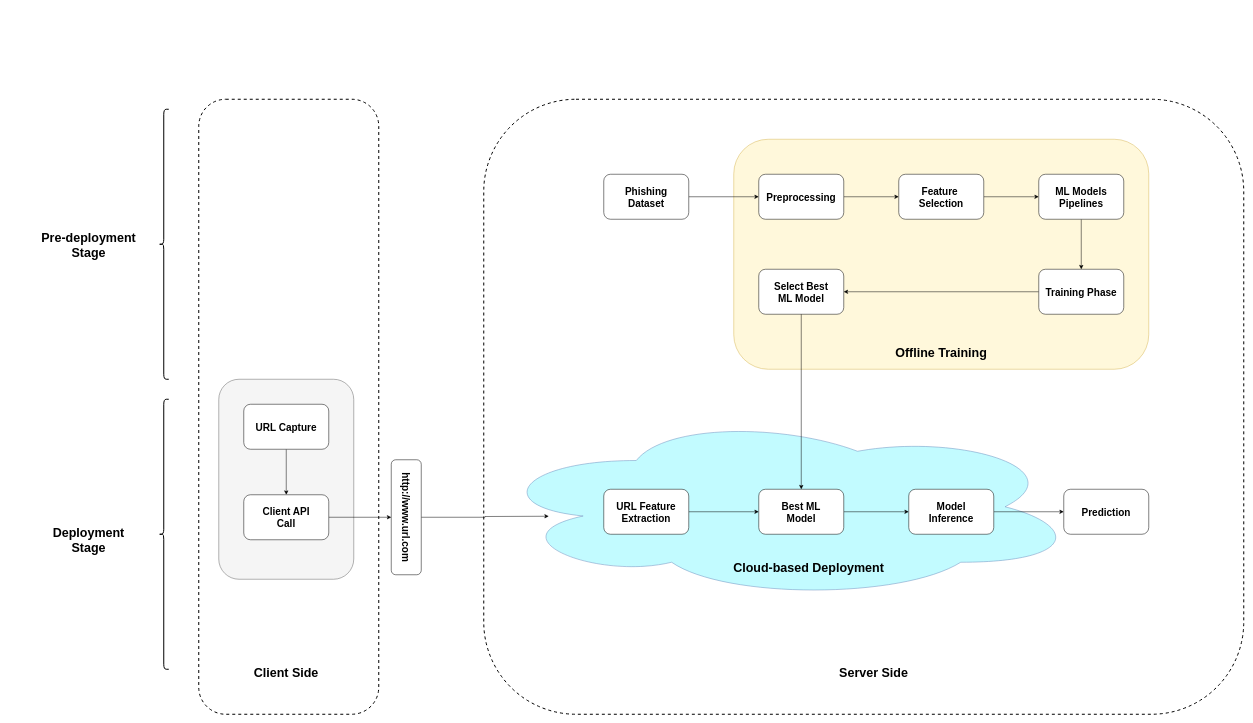
The draw.io diagram phish.drawio in paridhi3/Phishing-Domain-Detection, before the edit. Source tidied: cells renumbered, new cells numbered last; positions are measured from the earlier drawing's top-left corner, leaving out a move shared by most shapes. Both pictures are drawn from the tidied source at 50%, with x=0, y=0 at pixel (8, 99).
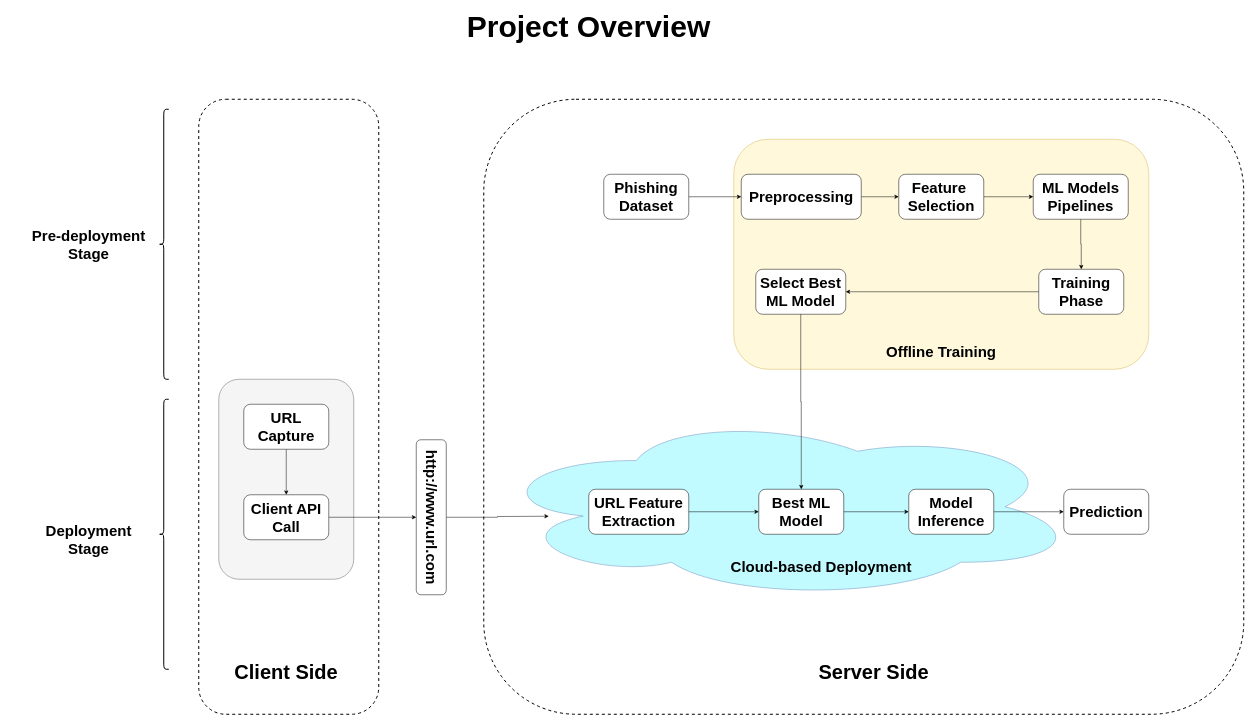
Above is the later version.

Change to the diagram source:
```diff
@@
-    <mxCell id="2" style="rounded=1;whiteSpace=wrap;html=1;fillColor=#f5f5f5;fontColor=#333333;strokeColor=#666666;" parent="1" vertex="1">
+    <mxCell id="2" style="rounded=1;whiteSpace=wrap;html=1;fillColor=#f5f5f5;fontColor=#333333;strokeColor=#666666;fontSize=30;" parent="1" vertex="1">
       <mxGeometry x="420" y="560" width="270" height="400" as="geometry" />
     </mxCell>
-    <mxCell id="3" style="rounded=1;whiteSpace=wrap;html=1;fillColor=none;strokeWidth=2;dashed=1;" parent="1" vertex="1">
+    <mxCell id="3" style="rounded=1;whiteSpace=wrap;html=1;fillColor=none;strokeWidth=2;dashed=1;fontSize=30;" parent="1" vertex="1">
       <mxGeometry x="380" width="360" height="1230" as="geometry" />
     </mxCell>
-    <mxCell id="4" style="rounded=1;whiteSpace=wrap;html=1;fillColor=none;dashed=1;strokeWidth=2;" parent="1" vertex="1">
+    <mxCell id="4" style="rounded=1;whiteSpace=wrap;html=1;fillColor=none;dashed=1;strokeWidth=2;fontSize=30;" parent="1" vertex="1">
       <mxGeometry x="950" width="1520" height="1230" as="geometry" />
     </mxCell>
-    <mxCell id="5" style="rounded=1;whiteSpace=wrap;html=1;fillColor=#FFF8DB;strokeColor=#d6b656;" parent="1" vertex="1">
+    <mxCell id="5" style="rounded=1;whiteSpace=wrap;html=1;fillColor=#FFF8DB;strokeColor=#d6b656;fontSize=30;" parent="1" vertex="1">
       <mxGeometry x="1450" y="80" width="830" height="460" as="geometry" />
     </mxCell>
-    <mxCell id="6" style="edgeStyle=orthogonalEdgeStyle;rounded=0;jettySize=auto;html=1;entryX=0;entryY=0.5;entryDx=0;entryDy=0;" parent="1" edge="1" source="7" target="9">
+    <mxCell id="6" style="edgeStyle=orthogonalEdgeStyle;rounded=0;jettySize=auto;html=1;entryX=0;entryY=0.5;entryDx=0;entryDy=0;fontSize=30;" parent="1" edge="1" source="7" target="9">
       <mxGeometry relative="1" as="geometry" />
     </mxCell>
-    <mxCell id="7" value="&lt;font size=&quot;1&quot; style=&quot;&quot;&gt;&lt;b style=&quot;font-size: 20px;&quot;&gt;Phishing&lt;/b&gt;&lt;/font&gt;&lt;div&gt;&lt;font size=&quot;1&quot; style=&quot;&quot;&gt;&lt;b style=&quot;font-size: 20px;&quot;&gt;Dataset&lt;/b&gt;&lt;/font&gt;&lt;/div&gt;" style="rounded=1;whiteSpace=wrap;html=1;fillColor=default;" parent="1" vertex="1">
+    <mxCell id="7" value="&lt;font style=&quot;font-size: 30px;&quot;&gt;&lt;b style=&quot;font-size: 30px;&quot;&gt;Phishing&lt;/b&gt;&lt;/font&gt;&lt;div style=&quot;font-size: 30px;&quot;&gt;&lt;font style=&quot;font-size: 30px;&quot;&gt;&lt;b style=&quot;font-size: 30px;&quot;&gt;Dataset&lt;/b&gt;&lt;/font&gt;&lt;/div&gt;" style="rounded=1;whiteSpace=wrap;html=1;fillColor=default;fontSize=30;" parent="1" vertex="1">
       <mxGeometry x="1190" y="150" width="170" height="90" as="geometry" />
     </mxCell>
-    <mxCell id="8" style="edgeStyle=orthogonalEdgeStyle;rounded=0;jettySize=auto;html=1;" parent="1" edge="1" source="9" target="11">
+    <mxCell id="8" style="edgeStyle=orthogonalEdgeStyle;rounded=0;jettySize=auto;html=1;fontSize=30;" parent="1" edge="1" source="9" target="11">
       <mxGeometry relative="1" as="geometry" />
     </mxCell>
-    <mxCell id="9" value="&lt;span style=&quot;font-size: 20px;&quot;&gt;&lt;b&gt;Preprocessing&lt;/b&gt;&lt;/span&gt;" style="rounded=1;whiteSpace=wrap;html=1;" parent="1" vertex="1">
-      <mxGeometry x="1500" y="150" width="170" height="90" as="geometry" />
+    <mxCell id="9" value="&lt;span style=&quot;font-size: 30px;&quot;&gt;&lt;b style=&quot;font-size: 30px;&quot;&gt;Preprocessing&lt;/b&gt;&lt;/span&gt;" style="rounded=1;whiteSpace=wrap;html=1;fontSize=30;" parent="1" vertex="1">
+      <mxGeometry x="1465" y="150" width="240" height="90" as="geometry" />
     </mxCell>
-    <mxCell id="10" style="edgeStyle=orthogonalEdgeStyle;rounded=0;jettySize=auto;html=1;" parent="1" edge="1" source="11" target="13">
+    <mxCell id="10" style="edgeStyle=orthogonalEdgeStyle;rounded=0;jettySize=auto;html=1;fontSize=30;" parent="1" edge="1" source="11" target="13">
       <mxGeometry relative="1" as="geometry" />
     </mxCell>
-    <mxCell id="11" value="&lt;span style=&quot;font-size: 20px;&quot;&gt;&lt;b&gt;Feature&amp;nbsp;&lt;/b&gt;&lt;/span&gt;&lt;div&gt;&lt;span style=&quot;font-size: 20px;&quot;&gt;&lt;b&gt;Selection&lt;/b&gt;&lt;/span&gt;&lt;/div&gt;" style="rounded=1;whiteSpace=wrap;html=1;" parent="1" vertex="1">
+    <mxCell id="11" value="&lt;span style=&quot;font-size: 30px;&quot;&gt;&lt;b style=&quot;font-size: 30px;&quot;&gt;Feature&amp;nbsp;&lt;/b&gt;&lt;/span&gt;&lt;div style=&quot;font-size: 30px;&quot;&gt;&lt;span style=&quot;font-size: 30px;&quot;&gt;&lt;b style=&quot;font-size: 30px;&quot;&gt;Selection&lt;/b&gt;&lt;/span&gt;&lt;/div&gt;" style="rounded=1;whiteSpace=wrap;html=1;fontSize=30;" parent="1" vertex="1">
       <mxGeometry x="1780" y="150" width="170" height="90" as="geometry" />
     </mxCell>
-    <mxCell id="12" style="edgeStyle=orthogonalEdgeStyle;rounded=0;jettySize=auto;html=1;" parent="1" edge="1" source="13" target="15">
+    <mxCell id="12" style="edgeStyle=orthogonalEdgeStyle;rounded=0;jettySize=auto;html=1;fontSize=30;" parent="1" edge="1" source="13" target="15">
       <mxGeometry relative="1" as="geometry" />
     </mxCell>
-    <mxCell id="13" value="&lt;span style=&quot;font-size: 20px;&quot;&gt;&lt;b&gt;ML Models&lt;/b&gt;&lt;/span&gt;&lt;div&gt;&lt;span style=&quot;font-size: 20px;&quot;&gt;&lt;b&gt;Pipelines&lt;/b&gt;&lt;/span&gt;&lt;/div&gt;" style="rounded=1;whiteSpace=wrap;html=1;" parent="1" vertex="1">
-      <mxGeometry x="2060" y="150" width="170" height="90" as="geometry" />
+    <mxCell id="13" value="&lt;span style=&quot;font-size: 30px;&quot;&gt;&lt;b style=&quot;font-size: 30px;&quot;&gt;ML Models&lt;/b&gt;&lt;/span&gt;&lt;div style=&quot;font-size: 30px;&quot;&gt;&lt;span style=&quot;font-size: 30px;&quot;&gt;&lt;b style=&quot;font-size: 30px;&quot;&gt;Pipelines&lt;/b&gt;&lt;/span&gt;&lt;/div&gt;" style="rounded=1;whiteSpace=wrap;html=1;fontSize=30;" parent="1" vertex="1">
+      <mxGeometry x="2049" y="150" width="190" height="90" as="geometry" />
     </mxCell>
-    <mxCell id="14" style="edgeStyle=orthogonalEdgeStyle;rounded=0;jettySize=auto;html=1;" parent="1" edge="1" source="15" target="16">
+    <mxCell id="14" style="edgeStyle=orthogonalEdgeStyle;rounded=0;jettySize=auto;html=1;fontSize=30;" parent="1" edge="1" source="15" target="16">
       <mxGeometry relative="1" as="geometry" />
     </mxCell>
-    <mxCell id="15" value="&lt;span style=&quot;font-size: 20px;&quot;&gt;&lt;b&gt;Training Phase&lt;/b&gt;&lt;/span&gt;" style="rounded=1;whiteSpace=wrap;html=1;" parent="1" vertex="1">
+    <mxCell id="15" value="&lt;span style=&quot;font-size: 30px;&quot;&gt;&lt;b style=&quot;font-size: 30px;&quot;&gt;Training Phase&lt;/b&gt;&lt;/span&gt;" style="rounded=1;whiteSpace=wrap;html=1;fontSize=30;" parent="1" vertex="1">
       <mxGeometry x="2060" y="340" width="170" height="90" as="geometry" />
     </mxCell>
-    <mxCell id="16" value="&lt;span style=&quot;font-size: 20px;&quot;&gt;&lt;b&gt;Select Best&lt;/b&gt;&lt;/span&gt;&lt;div&gt;&lt;span style=&quot;font-size: 20px;&quot;&gt;&lt;b&gt;ML Model&lt;/b&gt;&lt;/span&gt;&lt;/div&gt;" style="rounded=1;whiteSpace=wrap;html=1;" parent="1" vertex="1">
-      <mxGeometry x="1500" y="340" width="170" height="90" as="geometry" />
+    <mxCell id="16" value="&lt;span style=&quot;font-size: 30px;&quot;&gt;&lt;b style=&quot;font-size: 30px;&quot;&gt;Select Best&lt;/b&gt;&lt;/span&gt;&lt;div style=&quot;font-size: 30px;&quot;&gt;&lt;span style=&quot;font-size: 30px;&quot;&gt;&lt;b style=&quot;font-size: 30px;&quot;&gt;ML Model&lt;/b&gt;&lt;/span&gt;&lt;/div&gt;" style="rounded=1;whiteSpace=wrap;html=1;fontSize=30;" parent="1" vertex="1">
+      <mxGeometry x="1494" y="340" width="180" height="90" as="geometry" />
     </mxCell>
-    <mxCell id="17" value="&lt;font style=&quot;font-size: 25px;&quot;&gt;&lt;b&gt;Offline Training&lt;/b&gt;&lt;/font&gt;" style="text;html=1;align=center;verticalAlign=middle;whiteSpace=wrap;rounded=0;" parent="1" vertex="1">
+    <mxCell id="17" value="&lt;font style=&quot;font-size: 30px;&quot;&gt;&lt;b style=&quot;font-size: 30px;&quot;&gt;Offline Training&lt;/b&gt;&lt;/font&gt;" style="text;html=1;align=center;verticalAlign=middle;whiteSpace=wrap;rounded=0;fontSize=30;" parent="1" vertex="1">
       <mxGeometry x="1705" y="490" width="320" height="30" as="geometry" />
     </mxCell>
-    <mxCell id="18" style="ellipse;shape=cloud;whiteSpace=wrap;html=1;fillColor=#c2fbff;strokeColor=#6c8ebf;" parent="1" vertex="1">
+    <mxCell id="18" style="ellipse;shape=cloud;whiteSpace=wrap;html=1;fillColor=#c2fbff;strokeColor=#6c8ebf;fontSize=30;" parent="1" vertex="1">
       <mxGeometry x="960" y="630" width="1180" height="370" as="geometry" />
     </mxCell>
-    <mxCell id="19" style="edgeStyle=orthogonalEdgeStyle;rounded=0;jettySize=auto;html=1;entryX=0;entryY=0.5;entryDx=0;entryDy=0;" parent="1" edge="1" source="20" target="24">
+    <mxCell id="19" style="edgeStyle=orthogonalEdgeStyle;rounded=0;jettySize=auto;html=1;entryX=0;entryY=0.5;entryDx=0;entryDy=0;fontSize=30;" parent="1" edge="1" source="20" target="24">
       <mxGeometry relative="1" as="geometry" />
     </mxCell>
-    <mxCell id="20" value="&lt;span style=&quot;font-size: 20px;&quot;&gt;&lt;b&gt;Best ML&lt;/b&gt;&lt;/span&gt;&lt;div&gt;&lt;b style=&quot;font-size: 20px; background-color: initial;&quot;&gt;Model&lt;/b&gt;&lt;/div&gt;" style="rounded=1;whiteSpace=wrap;html=1;" parent="1" vertex="1">
+    <mxCell id="20" value="&lt;span style=&quot;font-size: 30px;&quot;&gt;&lt;b style=&quot;font-size: 30px;&quot;&gt;Best ML&lt;/b&gt;&lt;/span&gt;&lt;div style=&quot;font-size: 30px;&quot;&gt;&lt;b style=&quot;font-size: 30px; background-color: initial;&quot;&gt;Model&lt;/b&gt;&lt;/div&gt;" style="rounded=1;whiteSpace=wrap;html=1;fontSize=30;" parent="1" vertex="1">
       <mxGeometry x="1500" y="780" width="170" height="90" as="geometry" />
     </mxCell>
-    <mxCell id="21" style="edgeStyle=orthogonalEdgeStyle;rounded=0;jettySize=auto;html=1;entryX=0;entryY=0.5;entryDx=0;entryDy=0;" parent="1" edge="1" source="22" target="20">
+    <mxCell id="21" style="edgeStyle=orthogonalEdgeStyle;rounded=0;jettySize=auto;html=1;entryX=0;entryY=0.5;entryDx=0;entryDy=0;fontSize=30;" parent="1" edge="1" source="22" target="20">
       <mxGeometry relative="1" as="geometry" />
     </mxCell>
-    <mxCell id="22" value="&lt;span style=&quot;font-size: 20px;&quot;&gt;&lt;b&gt;URL Feature&lt;/b&gt;&lt;/span&gt;&lt;div&gt;&lt;span style=&quot;font-size: 20px;&quot;&gt;&lt;b&gt;Extraction&lt;/b&gt;&lt;/span&gt;&lt;/div&gt;" style="rounded=1;whiteSpace=wrap;html=1;" parent="1" vertex="1">
-      <mxGeometry x="1190" y="780" width="170" height="90" as="geometry" />
+    <mxCell id="22" value="&lt;span style=&quot;font-size: 30px;&quot;&gt;&lt;b style=&quot;font-size: 30px;&quot;&gt;URL Feature&lt;/b&gt;&lt;/span&gt;&lt;div style=&quot;font-size: 30px;&quot;&gt;&lt;span style=&quot;font-size: 30px;&quot;&gt;&lt;b style=&quot;font-size: 30px;&quot;&gt;Extraction&lt;/b&gt;&lt;/span&gt;&lt;/div&gt;" style="rounded=1;whiteSpace=wrap;html=1;fontSize=30;" parent="1" vertex="1">
+      <mxGeometry x="1160" y="780" width="200" height="90" as="geometry" />
     </mxCell>
-    <mxCell id="23" style="edgeStyle=orthogonalEdgeStyle;rounded=0;jettySize=auto;html=1;entryX=0;entryY=0.5;entryDx=0;entryDy=0;" parent="1" edge="1" source="24" target="25">
+    <mxCell id="23" style="edgeStyle=orthogonalEdgeStyle;rounded=0;jettySize=auto;html=1;entryX=0;entryY=0.5;entryDx=0;entryDy=0;fontSize=30;" parent="1" edge="1" source="24" target="25">
       <mxGeometry relative="1" as="geometry" />
     </mxCell>
-    <mxCell id="24" value="&lt;span style=&quot;font-size: 20px;&quot;&gt;&lt;b&gt;Model&lt;/b&gt;&lt;/span&gt;&lt;div&gt;&lt;span style=&quot;font-size: 20px;&quot;&gt;&lt;b&gt;Inference&lt;/b&gt;&lt;/span&gt;&lt;/div&gt;" style="rounded=1;whiteSpace=wrap;html=1;" parent="1" vertex="1">
+    <mxCell id="24" value="&lt;span style=&quot;font-size: 30px;&quot;&gt;&lt;b style=&quot;font-size: 30px;&quot;&gt;Model&lt;/b&gt;&lt;/span&gt;&lt;div style=&quot;font-size: 30px;&quot;&gt;&lt;span style=&quot;font-size: 30px;&quot;&gt;&lt;b style=&quot;font-size: 30px;&quot;&gt;Inference&lt;/b&gt;&lt;/span&gt;&lt;/div&gt;" style="rounded=1;whiteSpace=wrap;html=1;fontSize=30;" parent="1" vertex="1">
       <mxGeometry x="1800" y="780" width="170" height="90" as="geometry" />
     </mxCell>
-    <mxCell id="25" value="&lt;span style=&quot;font-size: 20px;&quot;&gt;&lt;b&gt;Prediction&lt;/b&gt;&lt;/span&gt;" style="rounded=1;whiteSpace=wrap;html=1;" parent="1" vertex="1">
+    <mxCell id="25" value="&lt;span style=&quot;font-size: 30px;&quot;&gt;&lt;b style=&quot;font-size: 30px;&quot;&gt;Prediction&lt;/b&gt;&lt;/span&gt;" style="rounded=1;whiteSpace=wrap;html=1;fontSize=30;" parent="1" vertex="1">
       <mxGeometry x="2110" y="780" width="170" height="90" as="geometry" />
     </mxCell>
-    <mxCell id="26" value="&lt;font style=&quot;font-size: 25px;&quot;&gt;&lt;b&gt;Cloud-based Deployment&lt;/b&gt;&lt;/font&gt;" style="text;html=1;align=center;verticalAlign=middle;whiteSpace=wrap;rounded=0;" parent="1" vertex="1">
-      <mxGeometry x="1440" y="920" width="320" height="30" as="geometry" />
+    <mxCell id="26" value="&lt;font style=&quot;font-size: 30px;&quot;&gt;&lt;b style=&quot;font-size: 30px;&quot;&gt;Cloud-based Deployment&lt;/b&gt;&lt;/font&gt;" style="text;html=1;align=center;verticalAlign=middle;whiteSpace=wrap;rounded=0;fontSize=30;" parent="1" vertex="1">
+      <mxGeometry x="1440" y="920" width="370" height="30" as="geometry" />
     </mxCell>
-    <mxCell id="27" value="&lt;font style=&quot;font-size: 25px;&quot;&gt;&lt;b&gt;Server Side&lt;/b&gt;&lt;/font&gt;" style="text;html=1;align=center;verticalAlign=middle;whiteSpace=wrap;rounded=0;" parent="1" vertex="1">
+    <mxCell id="27" value="&lt;font style=&quot;font-size: 40px;&quot;&gt;&lt;b style=&quot;font-size: 40px;&quot;&gt;Server Side&lt;/b&gt;&lt;/font&gt;" style="text;html=1;align=center;verticalAlign=middle;whiteSpace=wrap;rounded=0;fontSize=40;" parent="1" vertex="1">
       <mxGeometry x="1570" y="1130" width="320" height="30" as="geometry" />
     </mxCell>
-    <mxCell id="28" style="edgeStyle=orthogonalEdgeStyle;rounded=0;jettySize=auto;html=1;" parent="1" edge="1" source="29">
+    <mxCell id="28" style="edgeStyle=orthogonalEdgeStyle;rounded=0;jettySize=auto;html=1;fontSize=30;" parent="1" edge="1" source="29">
       <mxGeometry relative="1" as="geometry">
         <mxPoint x="1080" y="834" as="targetPoint" />
       </mxGeometry>
     </mxCell>
-    <mxCell id="29" value="&lt;font size=&quot;1&quot; style=&quot;&quot;&gt;&lt;b style=&quot;font-size: 20px;&quot;&gt;http://www.url.com&lt;/b&gt;&lt;/font&gt;" style="rounded=1;whiteSpace=wrap;html=1;rotation=90;" parent="1" vertex="1">
-      <mxGeometry x="680" y="806" width="230" height="60" as="geometry" />
+    <mxCell id="29" value="&lt;font style=&quot;font-size: 30px;&quot;&gt;&lt;b style=&quot;font-size: 30px;&quot;&gt;http://www.url.com&lt;/b&gt;&lt;/font&gt;" style="rounded=1;whiteSpace=wrap;html=1;rotation=90;fontSize=30;" parent="1" vertex="1">
+      <mxGeometry x="690" y="806" width="310" height="60" as="geometry" />
     </mxCell>
-    <mxCell id="30" style="edgeStyle=orthogonalEdgeStyle;rounded=0;jettySize=auto;html=1;" parent="1" edge="1" source="31" target="33">
+    <mxCell id="30" style="edgeStyle=orthogonalEdgeStyle;rounded=0;jettySize=auto;html=1;fontSize=30;" parent="1" edge="1" source="31" target="33">
       <mxGeometry relative="1" as="geometry" />
     </mxCell>
-    <mxCell id="31" value="&lt;span style=&quot;font-size: 20px;&quot;&gt;&lt;b&gt;URL Capture&lt;/b&gt;&lt;/span&gt;" style="rounded=1;whiteSpace=wrap;html=1;fillColor=default;" parent="1" vertex="1">
+    <mxCell id="31" value="&lt;span style=&quot;font-size: 30px;&quot;&gt;&lt;b style=&quot;font-size: 30px;&quot;&gt;URL Capture&lt;/b&gt;&lt;/span&gt;" style="rounded=1;whiteSpace=wrap;html=1;fillColor=default;fontSize=30;" parent="1" vertex="1">
       <mxGeometry x="470" y="610" width="170" height="90" as="geometry" />
     </mxCell>
-    <mxCell id="32" style="edgeStyle=orthogonalEdgeStyle;rounded=0;jettySize=auto;html=1;entryX=0.5;entryY=1;entryDx=0;entryDy=0;" parent="1" edge="1" source="33" target="29">
+    <mxCell id="32" style="edgeStyle=orthogonalEdgeStyle;rounded=0;jettySize=auto;html=1;entryX=0.5;entryY=1;entryDx=0;entryDy=0;fontSize=30;" parent="1" edge="1" source="33" target="29">
       <mxGeometry relative="1" as="geometry" />
     </mxCell>
-    <mxCell id="33" value="&lt;span style=&quot;font-size: 20px;&quot;&gt;&lt;b&gt;Client API&lt;/b&gt;&lt;/span&gt;&lt;div&gt;&lt;span style=&quot;font-size: 20px;&quot;&gt;&lt;b&gt;Call&lt;/b&gt;&lt;/span&gt;&lt;/div&gt;" style="rounded=1;whiteSpace=wrap;html=1;fillColor=default;" parent="1" vertex="1">
+    <mxCell id="33" value="&lt;span style=&quot;font-size: 30px;&quot;&gt;&lt;b style=&quot;font-size: 30px;&quot;&gt;Client API&lt;/b&gt;&lt;/span&gt;&lt;div style=&quot;font-size: 30px;&quot;&gt;&lt;span style=&quot;font-size: 30px;&quot;&gt;&lt;b style=&quot;font-size: 30px;&quot;&gt;Call&lt;/b&gt;&lt;/span&gt;&lt;/div&gt;" style="rounded=1;whiteSpace=wrap;html=1;fillColor=default;fontSize=30;" parent="1" vertex="1">
       <mxGeometry x="470" y="791" width="170" height="90" as="geometry" />
     </mxCell>
-    <mxCell id="34" value="&lt;font style=&quot;font-size: 25px;&quot;&gt;&lt;b&gt;Client Side&lt;/b&gt;&lt;/font&gt;" style="text;html=1;align=center;verticalAlign=middle;whiteSpace=wrap;rounded=0;" parent="1" vertex="1">
+    <mxCell id="34" value="&lt;font size=&quot;1&quot; style=&quot;&quot;&gt;&lt;b style=&quot;font-size: 40px;&quot;&gt;Client Side&lt;/b&gt;&lt;/font&gt;" style="text;html=1;align=center;verticalAlign=middle;whiteSpace=wrap;rounded=0;fontSize=30;" parent="1" vertex="1">
       <mxGeometry x="395" y="1130" width="320" height="30" as="geometry" />
     </mxCell>
-    <mxCell id="35" style="shape=curlyBracket;whiteSpace=wrap;html=1;rounded=1;labelPosition=left;verticalLabelPosition=middle;align=right;verticalAlign=middle;strokeWidth=2;" parent="1" vertex="1">
+    <mxCell id="35" style="shape=curlyBracket;whiteSpace=wrap;html=1;rounded=1;labelPosition=left;verticalLabelPosition=middle;align=right;verticalAlign=middle;strokeWidth=2;fontSize=30;" parent="1" vertex="1">
       <mxGeometry x="300" y="20" width="20" height="540" as="geometry" />
     </mxCell>
-    <mxCell id="36" value="&lt;font style=&quot;font-size: 25px;&quot;&gt;&lt;b&gt;Pre-deployment&lt;/b&gt;&lt;/font&gt;&lt;div&gt;&lt;font style=&quot;font-size: 25px;&quot;&gt;&lt;b&gt;Stage&lt;/b&gt;&lt;/font&gt;&lt;/div&gt;" style="text;html=1;align=center;verticalAlign=middle;whiteSpace=wrap;rounded=0;" parent="1" vertex="1">
+    <mxCell id="36" value="&lt;font style=&quot;font-size: 30px;&quot;&gt;&lt;b style=&quot;font-size: 30px;&quot;&gt;Pre-deployment&lt;/b&gt;&lt;/font&gt;&lt;div style=&quot;font-size: 30px;&quot;&gt;&lt;font style=&quot;font-size: 30px;&quot;&gt;&lt;b style=&quot;font-size: 30px;&quot;&gt;Stage&lt;/b&gt;&lt;/font&gt;&lt;/div&gt;" style="text;html=1;align=center;verticalAlign=middle;whiteSpace=wrap;rounded=0;fontSize=30;" parent="1" vertex="1">
       <mxGeometry y="275" width="320" height="30" as="geometry" />
     </mxCell>
-    <mxCell id="37" style="shape=curlyBracket;whiteSpace=wrap;html=1;rounded=1;labelPosition=left;verticalLabelPosition=middle;align=right;verticalAlign=middle;strokeWidth=2;" parent="1" vertex="1">
+    <mxCell id="37" style="shape=curlyBracket;whiteSpace=wrap;html=1;rounded=1;labelPosition=left;verticalLabelPosition=middle;align=right;verticalAlign=middle;strokeWidth=2;fontSize=30;" parent="1" vertex="1">
       <mxGeometry x="300" y="600" width="20" height="540" as="geometry" />
     </mxCell>
-    <mxCell id="38" value="&lt;font style=&quot;font-size: 25px;&quot;&gt;&lt;b&gt;Deployment&lt;/b&gt;&lt;/font&gt;&lt;div&gt;&lt;font style=&quot;font-size: 25px;&quot;&gt;&lt;b&gt;Stage&lt;/b&gt;&lt;/font&gt;&lt;/div&gt;" style="text;html=1;align=center;verticalAlign=middle;whiteSpace=wrap;rounded=0;" parent="1" vertex="1">
+    <mxCell id="38" value="&lt;font style=&quot;font-size: 30px;&quot;&gt;&lt;b style=&quot;font-size: 30px;&quot;&gt;Deployment&lt;/b&gt;&lt;/font&gt;&lt;div style=&quot;font-size: 30px;&quot;&gt;&lt;font style=&quot;font-size: 30px;&quot;&gt;&lt;b style=&quot;font-size: 30px;&quot;&gt;Stage&lt;/b&gt;&lt;/font&gt;&lt;/div&gt;" style="text;html=1;align=center;verticalAlign=middle;whiteSpace=wrap;rounded=0;fontSize=30;" parent="1" vertex="1">
       <mxGeometry y="866" width="320" height="30" as="geometry" />
     </mxCell>
-    <mxCell id="39" style="edgeStyle=orthogonalEdgeStyle;rounded=0;jettySize=auto;html=1;entryX=0.5;entryY=0;entryDx=0;entryDy=0;" parent="1" edge="1" source="16" target="20">
+    <mxCell id="39" style="edgeStyle=orthogonalEdgeStyle;rounded=0;jettySize=auto;html=1;entryX=0.5;entryY=0;entryDx=0;entryDy=0;fontSize=30;" parent="1" edge="1" source="16" target="20">
       <mxGeometry relative="1" as="geometry" />
     </mxCell>
+    <mxCell id="40" value="&lt;font style=&quot;font-size: 60px;&quot;&gt;Project Overview&lt;/font&gt;" style="text;html=1;align=center;verticalAlign=middle;whiteSpace=wrap;rounded=0;fontSize=50;fontStyle=1;" parent="1" vertex="1">
+      <mxGeometry x="880" y="-160" width="560" height="30" as="geometry" />
+    </mxCell>
```
